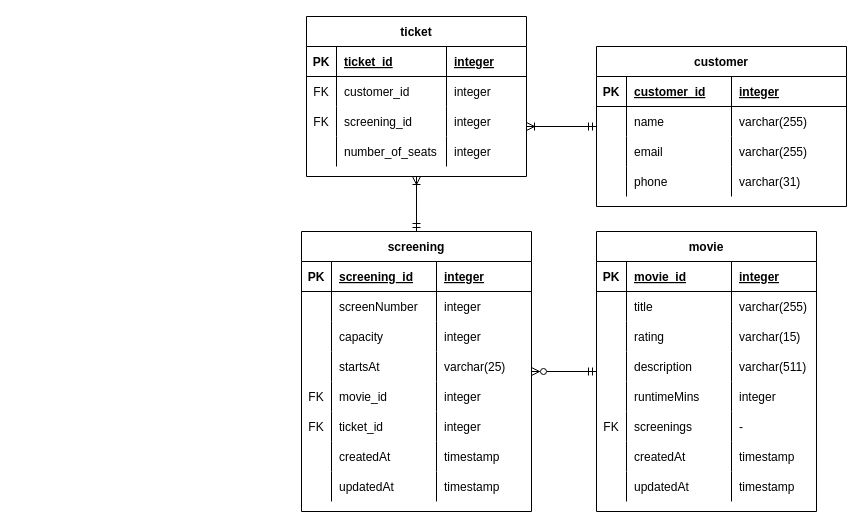
Before: api-cinema-challenge/documentation/Cinema_challenge_ERD.drawio in boolean-uk/csharp-api-cinema-challenge, a draw.io diagram. Source tidied: cells renumbered, new cells numbered last; positions are measured from the earlier drawing's top-left corner, leaving out a move shared by most shapes. Both pictures are drawn from the tidied source at 100%, with x=0, y=0 at pixel (301, 16).
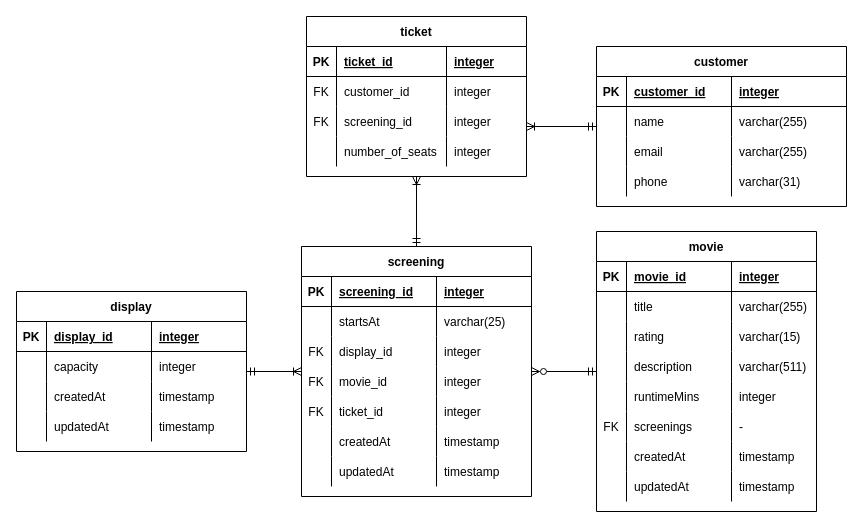
The same page after the edit.

What changed in the source:
```diff
@@
     <mxCell id="20" value="screening" style="shape=table;startSize=30;childLayout=tableLayout;rowLines=0;fontStyle=1;align=center;" parent="1" vertex="1">
-      <mxGeometry y="215" width="230" height="280" as="geometry" />
+      <mxGeometry y="230" width="230" height="250" as="geometry" />
     </mxCell>
@@
+    <mxCell id="33" style="shape=partialRectangle;fillColor=none;top=0;left=0;right=0;bottom=0;" parent="20" vertex="1">
+      <mxGeometry y="60" width="230" height="30" as="geometry" />
+    </mxCell>
+    <mxCell id="34" style="shape=partialRectangle;overflow=hidden;fillColor=none;top=0;left=0;bottom=0;right=0;" parent="33" vertex="1">
+      <mxGeometry width="30" height="30" as="geometry" />
+    </mxCell>
+    <mxCell id="35" value="startsAt" style="shape=partialRectangle;overflow=hidden;fillColor=none;top=0;left=0;bottom=0;right=0;align=left;spacingLeft=6;" parent="33" vertex="1">
+      <mxGeometry x="30" width="105" height="30" as="geometry" />
+    </mxCell>
+    <mxCell id="36" value="varchar(25)" style="shape=partialRectangle;overflow=hidden;fillColor=none;top=0;left=0;bottom=0;right=0;align=left;spacingLeft=6;" parent="33" vertex="1">
+      <mxGeometry x="135" width="95" height="30" as="geometry" />
+    </mxCell>
     <mxCell id="25" style="shape=partialRectangle;fillColor=none;top=0;left=0;right=0;bottom=0;" parent="20" vertex="1">
-      <mxGeometry y="60" width="230" height="30" as="geometry" />
+      <mxGeometry y="90" width="230" height="30" as="geometry" />
     </mxCell>
-    <mxCell id="26" style="shape=partialRectangle;overflow=hidden;fillColor=none;top=0;left=0;bottom=0;right=0;" parent="25" vertex="1">
+    <mxCell id="26" value="FK" style="shape=partialRectangle;overflow=hidden;fillColor=none;top=0;left=0;bottom=0;right=0;" parent="25" vertex="1">
       <mxGeometry width="30" height="30" as="geometry" />
     </mxCell>
-    <mxCell id="27" value="screenNumber" style="shape=partialRectangle;overflow=hidden;fillColor=none;top=0;left=0;bottom=0;right=0;align=left;spacingLeft=6;" parent="25" vertex="1">
+    <mxCell id="27" value="display_id" style="shape=partialRectangle;overflow=hidden;fillColor=none;top=0;left=0;bottom=0;right=0;align=left;spacingLeft=6;" parent="25" vertex="1">
       <mxGeometry x="30" width="105" height="30" as="geometry" />
     </mxCell>
@@
-    <mxCell id="29" style="shape=partialRectangle;fillColor=none;top=0;left=0;right=0;bottom=0;" parent="20" vertex="1">
-      <mxGeometry y="90" width="230" height="30" as="geometry" />
-    </mxCell>
-    <mxCell id="30" style="shape=partialRectangle;overflow=hidden;fillColor=none;top=0;left=0;bottom=0;right=0;" parent="29" vertex="1">
-      <mxGeometry width="30" height="30" as="geometry" />
-    </mxCell>
-    <mxCell id="31" value="capacity" style="shape=partialRectangle;overflow=hidden;fillColor=none;top=0;left=0;bottom=0;right=0;align=left;spacingLeft=6;" parent="29" vertex="1">
-      <mxGeometry x="30" width="105" height="30" as="geometry" />
-    </mxCell>
-    <mxCell id="32" value="integer" style="shape=partialRectangle;overflow=hidden;fillColor=none;top=0;left=0;bottom=0;right=0;align=left;spacingLeft=6;" parent="29" vertex="1">
-      <mxGeometry x="135" width="95" height="30" as="geometry" />
-    </mxCell>
-    <mxCell id="33" style="shape=partialRectangle;fillColor=none;top=0;left=0;right=0;bottom=0;" parent="20" vertex="1">
-      <mxGeometry y="120" width="230" height="30" as="geometry" />
-    </mxCell>
-    <mxCell id="34" style="shape=partialRectangle;overflow=hidden;fillColor=none;top=0;left=0;bottom=0;right=0;" parent="33" vertex="1">
-      <mxGeometry width="30" height="30" as="geometry" />
-    </mxCell>
-    <mxCell id="35" value="startsAt" style="shape=partialRectangle;overflow=hidden;fillColor=none;top=0;left=0;bottom=0;right=0;align=left;spacingLeft=6;" parent="33" vertex="1">
-      <mxGeometry x="30" width="105" height="30" as="geometry" />
-    </mxCell>
-    <mxCell id="36" value="varchar(25)" style="shape=partialRectangle;overflow=hidden;fillColor=none;top=0;left=0;bottom=0;right=0;align=left;spacingLeft=6;" parent="33" vertex="1">
-      <mxGeometry x="135" width="95" height="30" as="geometry" />
-    </mxCell>
     <mxCell id="37" style="shape=partialRectangle;fillColor=none;top=0;left=0;right=0;bottom=0;" parent="20" vertex="1">
-      <mxGeometry y="150" width="230" height="30" as="geometry" />
+      <mxGeometry y="120" width="230" height="30" as="geometry" />
     </mxCell>
@@
     <mxCell id="41" style="shape=partialRectangle;fillColor=none;top=0;left=0;right=0;bottom=0;" parent="20" vertex="1">
-      <mxGeometry y="180" width="230" height="30" as="geometry" />
+      <mxGeometry y="150" width="230" height="30" as="geometry" />
     </mxCell>
@@
     <mxCell id="45" style="shape=partialRectangle;fillColor=none;top=0;left=0;right=0;bottom=0;" parent="20" vertex="1">
-      <mxGeometry y="210" width="230" height="30" as="geometry" />
+      <mxGeometry y="180" width="230" height="30" as="geometry" />
     </mxCell>
@@
     <mxCell id="49" style="shape=partialRectangle;fillColor=none;top=0;left=0;right=0;bottom=0;" parent="20" vertex="1">
-      <mxGeometry y="240" width="230" height="30" as="geometry" />
+      <mxGeometry y="210" width="230" height="30" as="geometry" />
     </mxCell>
@@
+    <mxCell id="105" style="edgeStyle=orthogonalEdgeStyle;rounded=0;jettySize=auto;html=1;startArrow=ERmandOne;startFill=0;endArrow=ERoneToMany;endFill=0;" parent="1" edge="1" source="106" target="20">
+      <mxGeometry relative="1" as="geometry" />
+    </mxCell>
+    <mxCell id="106" value="display" style="shape=table;startSize=30;childLayout=tableLayout;rowLines=0;fontStyle=1;align=center;" parent="1" vertex="1">
+      <mxGeometry x="-285" y="275" width="230" height="160" as="geometry" />
+    </mxCell>
+    <mxCell id="107" style="shape=partialRectangle;fillColor=none;top=0;left=0;right=0;bottom=1;" parent="106" vertex="1">
+      <mxGeometry y="30" width="230" height="30" as="geometry" />
+    </mxCell>
+    <mxCell id="108" value="PK" style="shape=partialRectangle;overflow=hidden;fillColor=none;top=0;left=0;bottom=0;right=0;fontStyle=1;" parent="107" vertex="1">
+      <mxGeometry width="30" height="30" as="geometry" />
+    </mxCell>
+    <mxCell id="109" value="display_id" style="shape=partialRectangle;overflow=hidden;fillColor=none;top=0;left=0;bottom=0;right=0;align=left;spacingLeft=6;fontStyle=5;" parent="107" vertex="1">
+      <mxGeometry x="30" width="105" height="30" as="geometry" />
+    </mxCell>
+    <mxCell id="110" value="integer" style="shape=partialRectangle;overflow=hidden;fillColor=none;top=0;left=0;bottom=0;right=0;align=left;spacingLeft=6;fontStyle=5;" parent="107" vertex="1">
+      <mxGeometry x="135" width="95" height="30" as="geometry" />
+    </mxCell>
+    <mxCell id="111" style="shape=partialRectangle;fillColor=none;top=0;left=0;right=0;bottom=0;" parent="106" vertex="1">
+      <mxGeometry y="60" width="230" height="30" as="geometry" />
+    </mxCell>
+    <mxCell id="112" style="shape=partialRectangle;overflow=hidden;fillColor=none;top=0;left=0;bottom=0;right=0;" parent="111" vertex="1">
+      <mxGeometry width="30" height="30" as="geometry" />
+    </mxCell>
+    <mxCell id="31" value="capacity" style="shape=partialRectangle;overflow=hidden;fillColor=none;top=0;left=0;bottom=0;right=0;align=left;spacingLeft=6;" parent="111" vertex="1">
+      <mxGeometry x="30" width="105" height="30" as="geometry" />
+    </mxCell>
+    <mxCell id="32" value="integer" style="shape=partialRectangle;overflow=hidden;fillColor=none;top=0;left=0;bottom=0;right=0;align=left;spacingLeft=6;" parent="111" vertex="1">
+      <mxGeometry x="135" width="95" height="30" as="geometry" />
+    </mxCell>
+    <mxCell id="29" style="shape=partialRectangle;fillColor=none;top=0;left=0;right=0;bottom=0;" parent="106" vertex="1">
+      <mxGeometry y="90" width="230" height="30" as="geometry" />
+    </mxCell>
+    <mxCell id="113" style="shape=partialRectangle;overflow=hidden;fillColor=none;top=0;left=0;bottom=0;right=0;" parent="29" vertex="1">
+      <mxGeometry width="30" height="30" as="geometry" />
+    </mxCell>
+    <mxCell id="114" value="createdAt" style="shape=partialRectangle;overflow=hidden;fillColor=none;top=0;left=0;bottom=0;right=0;align=left;spacingLeft=6;" parent="29" vertex="1">
+      <mxGeometry x="30" width="105" height="30" as="geometry" />
+    </mxCell>
+    <mxCell id="115" value="timestamp " style="shape=partialRectangle;overflow=hidden;fillColor=none;top=0;left=0;bottom=0;right=0;align=left;spacingLeft=6;" parent="29" vertex="1">
+      <mxGeometry x="135" width="95" height="30" as="geometry" />
+    </mxCell>
+    <mxCell id="116" style="shape=partialRectangle;fillColor=none;top=0;left=0;right=0;bottom=0;" parent="106" vertex="1">
+      <mxGeometry y="120" width="230" height="30" as="geometry" />
+    </mxCell>
+    <mxCell id="117" style="shape=partialRectangle;overflow=hidden;fillColor=none;top=0;left=0;bottom=0;right=0;" parent="116" vertex="1">
+      <mxGeometry width="30" height="30" as="geometry" />
+    </mxCell>
+    <mxCell id="118" value="updatedAt" style="shape=partialRectangle;overflow=hidden;fillColor=none;top=0;left=0;bottom=0;right=0;align=left;spacingLeft=6;" parent="116" vertex="1">
+      <mxGeometry x="30" width="105" height="30" as="geometry" />
+    </mxCell>
+    <mxCell id="119" value="timestamp " style="shape=partialRectangle;overflow=hidden;fillColor=none;top=0;left=0;bottom=0;right=0;align=left;spacingLeft=6;" parent="116" vertex="1">
+      <mxGeometry x="135" width="95" height="30" as="geometry" />
+    </mxCell>
```
